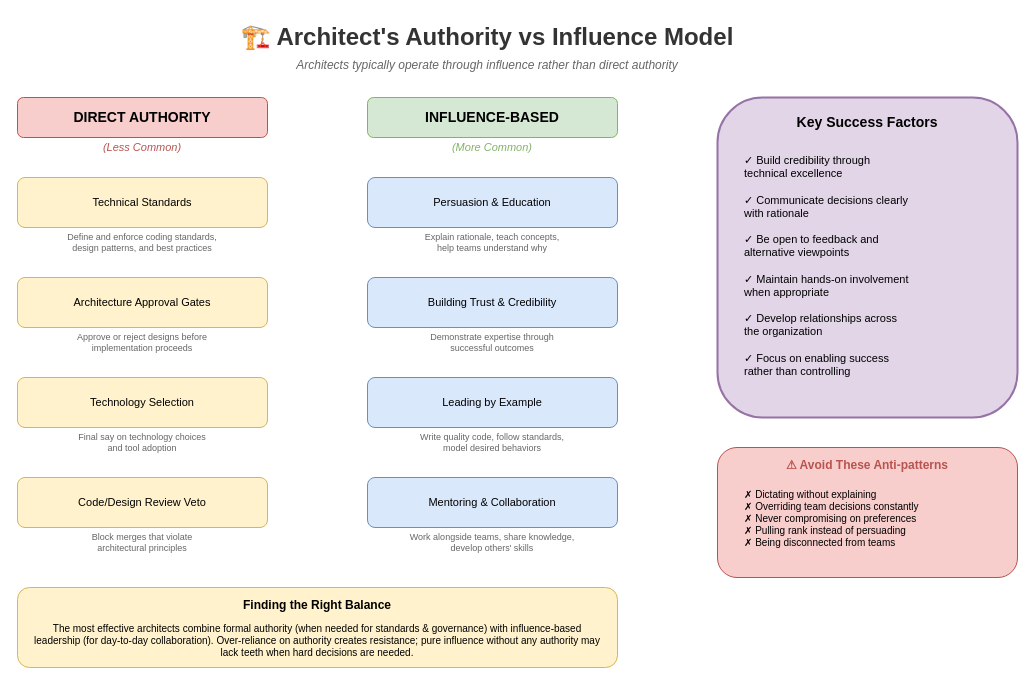
Above: lesson-00-software-architect-overview/diagrams/2.6-authority-vs-influence.drawio in MrParkerZ7/document-lesson-software-architect-x-claude (draw.io), before the change. Source tidied: cells renumbered, new cells numbered last; positions are measured from the earlier drawing's top-left corner, leaving out a move shared by most shapes. Both pictures are drawn from the tidied source at 100%, with x=0, y=0 at pixel (17, 17).
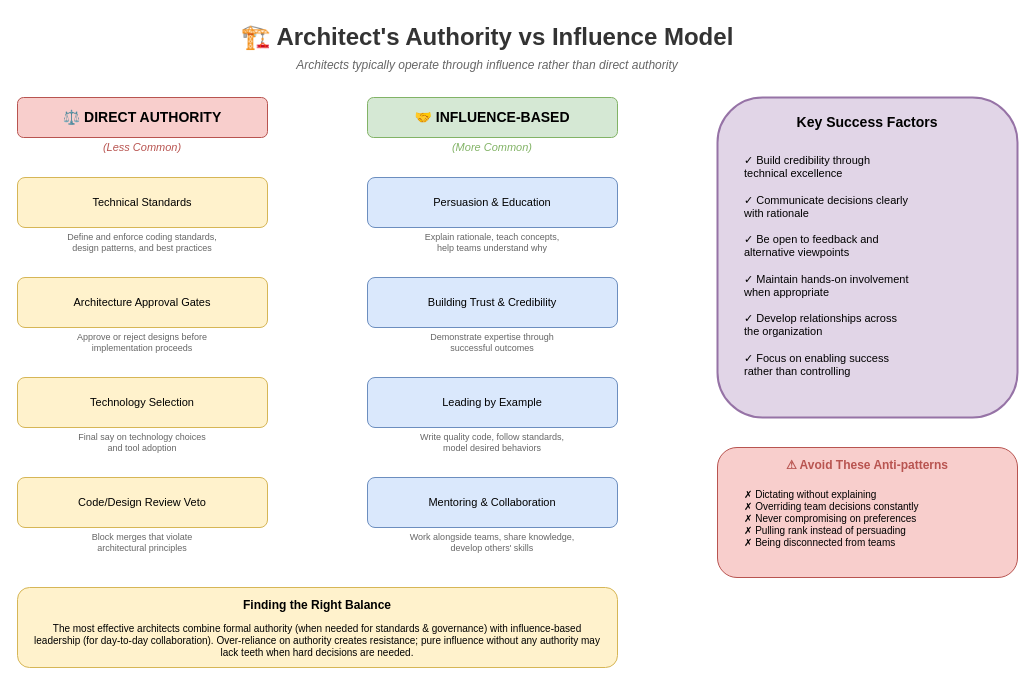
The same page after the edit.

What changed in the source:
```diff
@@
-    <mxCell id="4" value="DIRECT AUTHORITY" style="rounded=1;whiteSpace=wrap;html=1;fillColor=#f8cecc;strokeColor=#b85450;fontSize=14;fontStyle=1;" parent="1" vertex="1">
+    <mxCell id="4" value="⚖️ DIRECT AUTHORITY" style="rounded=1;whiteSpace=wrap;html=1;fillColor=#f8cecc;strokeColor=#b85450;fontSize=14;fontStyle=1;" parent="1" vertex="1">
       <mxGeometry y="80" width="250" height="40" as="geometry" />
     </mxCell>
@@
-    <mxCell id="14" value="INFLUENCE-BASED" style="rounded=1;whiteSpace=wrap;html=1;fillColor=#d5e8d4;strokeColor=#82b366;fontSize=14;fontStyle=1;" parent="1" vertex="1">
+    <mxCell id="14" value="🤝 INFLUENCE-BASED" style="rounded=1;whiteSpace=wrap;html=1;fillColor=#d5e8d4;strokeColor=#82b366;fontSize=14;fontStyle=1;" parent="1" vertex="1">
       <mxGeometry x="350" y="80" width="250" height="40" as="geometry" />
     </mxCell>
```
